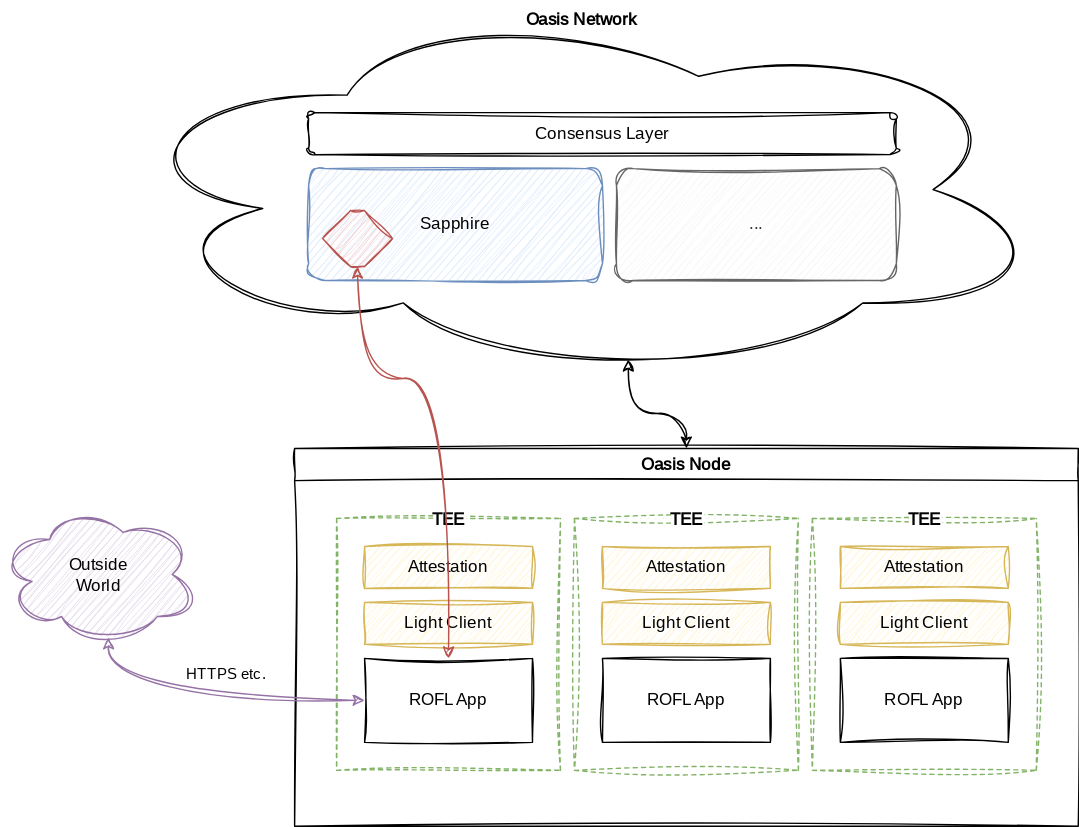
Before: docs/rofl/images/rofl.svg, a diagram exported from draw.io (oasisprotocol/oasis-sdk). Source tidied: cells renumbered, new cells last; positions are measured from the earlier drawing's top-left corner, leaving out a move shared by most shapes.
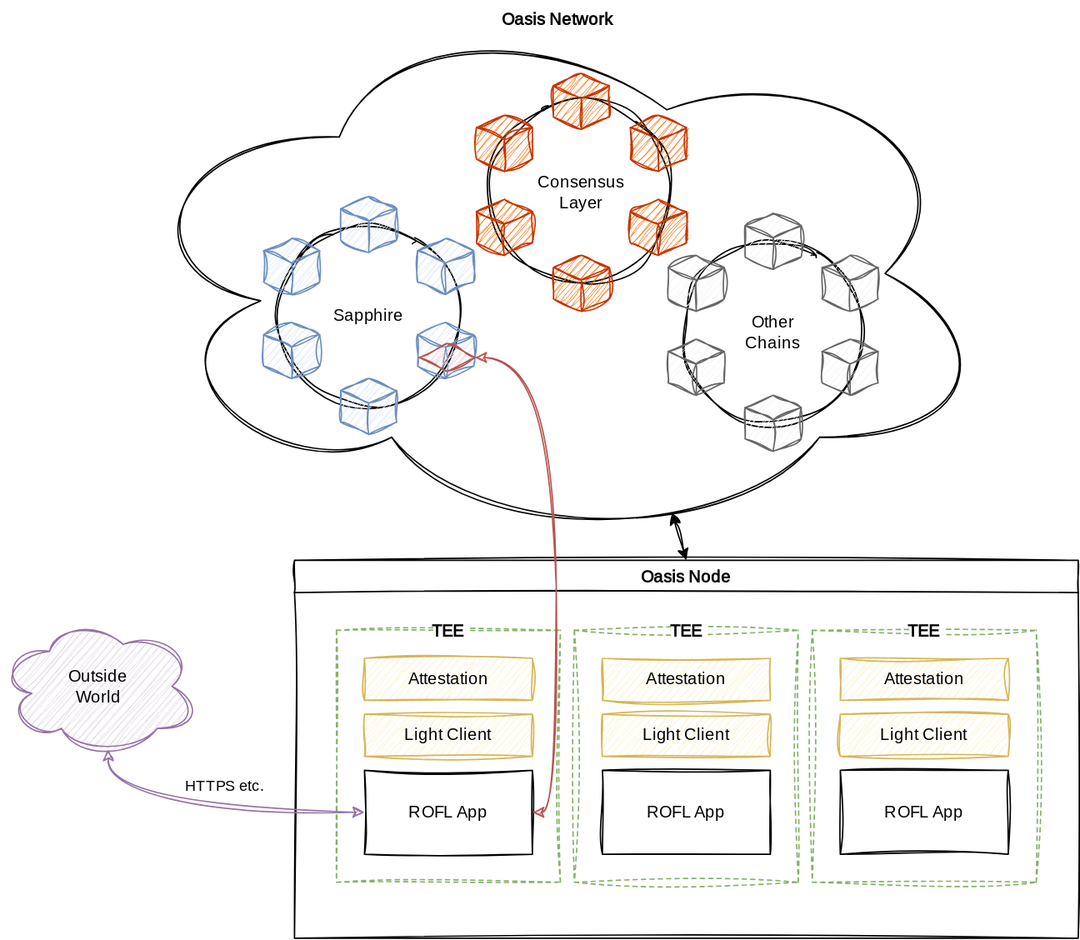
Later version of the same file.

Diff of the diagram source:
```diff
@@ -2,6 +2,51 @@
   <root>
     <mxCell id="0" />
     <mxCell id="1" parent="0" />
+    <mxCell id="15" value="Oasis Network" style="ellipse;shape=cloud;whiteSpace=wrap;html=1;sketch=1;hachureGap=4;jiggle=2;curveFitting=1;fontFamily=Architects Daughter;fontSource=https%3A%2F%2Ffonts.googleapis.com%2Fcss%3Ffamily%3DArchitects%2BDaughter;verticalAlign=top;fontStyle=1;" parent="1" vertex="1">
+      <mxGeometry x="86" y="-80" width="624" height="390" as="geometry" />
+    </mxCell>
+    <mxCell id="17" value="&lt;font face=&quot;Architects Daughter&quot;&gt;Sapphire&lt;/font&gt;" style="ellipse;whiteSpace=wrap;html=1;sketch=1;curveFitting=1;jiggle=2;" parent="1" vertex="1">
+      <mxGeometry x="198" y="80" width="130" height="130" as="geometry" />
+    </mxCell>
+    <mxCell id="25" style="html=1;whiteSpace=wrap;shape=isoCube2;backgroundOutline=1;isoAngle=13.75;fillColor=#dae8fc;strokeColor=#6c8ebf;shadow=0;sketch=1;curveFitting=1;jiggle=2;" parent="1" vertex="1">
+      <mxGeometry x="243" y="60" width="40" height="40" as="geometry" />
+    </mxCell>
+    <mxCell id="26" style="html=1;whiteSpace=wrap;shape=isoCube2;backgroundOutline=1;isoAngle=13.75;fillColor=#dae8fc;strokeColor=#6c8ebf;shadow=0;sketch=1;curveFitting=1;jiggle=2;" parent="1" vertex="1">
+      <mxGeometry x="298" y="90" width="40" height="40" as="geometry" />
+    </mxCell>
+    <mxCell id="27" style="html=1;whiteSpace=wrap;shape=isoCube2;backgroundOutline=1;isoAngle=13.75;fillColor=#dae8fc;strokeColor=#6c8ebf;shadow=0;sketch=1;curveFitting=1;jiggle=2;" parent="1" vertex="1">
+      <mxGeometry x="188" y="90" width="40" height="40" as="geometry" />
+    </mxCell>
+    <mxCell id="28" style="html=1;whiteSpace=wrap;shape=isoCube2;backgroundOutline=1;isoAngle=13.75;fillColor=#dae8fc;strokeColor=#6c8ebf;shadow=0;sketch=1;curveFitting=1;jiggle=2;" parent="1" vertex="1">
+      <mxGeometry x="188" y="150" width="40" height="40" as="geometry" />
+    </mxCell>
+    <mxCell id="29" style="html=1;whiteSpace=wrap;shape=isoCube2;backgroundOutline=1;isoAngle=13.75;fillColor=#dae8fc;strokeColor=#6c8ebf;shadow=0;sketch=1;curveFitting=1;jiggle=2;" parent="1" vertex="1">
+      <mxGeometry x="298" y="150" width="40" height="40" as="geometry" />
+    </mxCell>
+    <mxCell id="30" style="html=1;whiteSpace=wrap;shape=isoCube2;backgroundOutline=1;isoAngle=13.75;fillColor=#dae8fc;strokeColor=#6c8ebf;shadow=0;sketch=1;curveFitting=1;jiggle=2;" parent="1" vertex="1">
+      <mxGeometry x="243" y="190" width="40" height="40" as="geometry" />
+    </mxCell>
+    <mxCell id="16" value="&lt;div&gt;&lt;font face=&quot;Architects Daughter&quot;&gt;Consensus&lt;/font&gt;&lt;/div&gt;&lt;div&gt;&lt;font face=&quot;Architects Daughter&quot;&gt;Layer&lt;/font&gt;&lt;/div&gt;" style="ellipse;whiteSpace=wrap;html=1;sketch=1;curveFitting=1;jiggle=2;" parent="1" vertex="1">
+      <mxGeometry x="350" y="-8" width="130" height="130" as="geometry" />
+    </mxCell>
+    <mxCell id="31" style="html=1;whiteSpace=wrap;shape=isoCube2;backgroundOutline=1;isoAngle=13.75;fillColor=#fa6800;strokeColor=#C73500;shadow=0;sketch=1;curveFitting=1;jiggle=2;fontColor=#000000;" parent="1" vertex="1">
+      <mxGeometry x="395" y="-28" width="40" height="40" as="geometry" />
+    </mxCell>
+    <mxCell id="32" style="html=1;whiteSpace=wrap;shape=isoCube2;backgroundOutline=1;isoAngle=13.75;fillColor=#fa6800;strokeColor=#C73500;shadow=0;sketch=1;curveFitting=1;jiggle=2;fontColor=#000000;" parent="1" vertex="1">
+      <mxGeometry x="450" y="2" width="40" height="40" as="geometry" />
+    </mxCell>
+    <mxCell id="33" style="html=1;whiteSpace=wrap;shape=isoCube2;backgroundOutline=1;isoAngle=13.75;fillColor=#fa6800;strokeColor=#C73500;shadow=0;sketch=1;curveFitting=1;jiggle=2;fontColor=#000000;" parent="1" vertex="1">
+      <mxGeometry x="340" y="2" width="40" height="40" as="geometry" />
+    </mxCell>
+    <mxCell id="34" style="html=1;whiteSpace=wrap;shape=isoCube2;backgroundOutline=1;isoAngle=13.75;fillColor=#fa6800;strokeColor=#C73500;shadow=0;sketch=1;curveFitting=1;jiggle=2;fontColor=#000000;" parent="1" vertex="1">
+      <mxGeometry x="340" y="62" width="40" height="40" as="geometry" />
+    </mxCell>
+    <mxCell id="35" style="html=1;whiteSpace=wrap;shape=isoCube2;backgroundOutline=1;isoAngle=13.75;fillColor=#fa6800;strokeColor=#C73500;shadow=0;sketch=1;curveFitting=1;jiggle=2;fontColor=#000000;" parent="1" vertex="1">
+      <mxGeometry x="450" y="62" width="40" height="40" as="geometry" />
+    </mxCell>
+    <mxCell id="36" style="html=1;whiteSpace=wrap;shape=isoCube2;backgroundOutline=1;isoAngle=13.75;fillColor=#fa6800;strokeColor=#C73500;shadow=0;sketch=1;curveFitting=1;jiggle=2;fontColor=#000000;" parent="1" vertex="1">
+      <mxGeometry x="395" y="102" width="40" height="40" as="geometry" />
+    </mxCell>
     <mxCell id="2" value="Oasis Node" style="swimlane;whiteSpace=wrap;html=1;sketch=1;hachureGap=4;jiggle=2;curveFitting=1;fontFamily=Architects Daughter;fontSource=https%3A%2F%2Ffonts.googleapis.com%2Fcss%3Ffamily%3DArchitects%2BDaughter;" parent="1" vertex="1">
       <mxGeometry x="210" y="320" width="560" height="270" as="geometry" />
     </mxCell>
@@ -41,32 +86,9 @@
     <mxCell id="14" value="Light Client" style="rounded=0;whiteSpace=wrap;html=1;sketch=1;hachureGap=4;jiggle=2;curveFitting=1;fontFamily=Architects Daughter;fontSource=https%3A%2F%2Ffonts.googleapis.com%2Fcss%3Ffamily%3DArchitects%2BDaughter;fillColor=#fff2cc;strokeColor=#d6b656;" parent="11" vertex="1">
       <mxGeometry x="20" y="60" width="120" height="30" as="geometry" />
     </mxCell>
-    <mxCell id="15" value="Oasis Network" style="ellipse;shape=cloud;whiteSpace=wrap;html=1;sketch=1;hachureGap=4;jiggle=2;curveFitting=1;fontFamily=Architects Daughter;fontSource=https%3A%2F%2Ffonts.googleapis.com%2Fcss%3Ffamily%3DArchitects%2BDaughter;verticalAlign=top;fontStyle=1;" parent="1" vertex="1">
-      <mxGeometry x="80" width="670" height="270" as="geometry" />
-    </mxCell>
-    <mxCell id="16" value="Consensus Layer" style="rounded=1;whiteSpace=wrap;html=1;sketch=1;hachureGap=4;jiggle=2;curveFitting=1;fontFamily=Architects Daughter;fontSource=https%3A%2F%2Ffonts.googleapis.com%2Fcss%3Ffamily%3DArchitects%2BDaughter;" parent="1" vertex="1">
-      <mxGeometry x="220" y="80" width="420" height="30" as="geometry" />
-    </mxCell>
-    <mxCell id="17" value="Sapphire" style="rounded=1;whiteSpace=wrap;html=1;sketch=1;hachureGap=4;jiggle=2;curveFitting=1;fontFamily=Architects Daughter;fontSource=https%3A%2F%2Ffonts.googleapis.com%2Fcss%3Ffamily%3DArchitects%2BDaughter;fillColor=#dae8fc;strokeColor=#6c8ebf;" parent="1" vertex="1">
-      <mxGeometry x="220" y="120" width="210" height="80" as="geometry" />
-    </mxCell>
-    <mxCell id="18" value="..." style="rounded=1;whiteSpace=wrap;html=1;sketch=1;hachureGap=4;jiggle=2;curveFitting=1;fontFamily=Architects Daughter;fontSource=https%3A%2F%2Ffonts.googleapis.com%2Fcss%3Ffamily%3DArchitects%2BDaughter;fillColor=#f5f5f5;fontColor=#333333;strokeColor=#666666;" parent="1" vertex="1">
-      <mxGeometry x="440" y="120" width="200" height="80" as="geometry" />
-    </mxCell>
-    <mxCell id="19" style="edgeStyle=orthogonalEdgeStyle;rounded=0;sketch=1;hachureGap=4;jiggle=2;curveFitting=1;jettySize=auto;html=1;exitX=0.5;exitY=0;exitDx=0;exitDy=0;entryX=0.55;entryY=0.95;entryDx=0;entryDy=0;entryPerimeter=0;fontFamily=Architects Daughter;fontSource=https%3A%2F%2Ffonts.googleapis.com%2Fcss%3Ffamily%3DArchitects%2BDaughter;curved=1;startArrow=classic;startFill=1;" parent="1" edge="1" source="2" target="15">
+    <mxCell id="19" style="rounded=0;sketch=1;hachureGap=4;jiggle=2;curveFitting=1;jettySize=auto;html=1;exitX=0.5;exitY=0;exitDx=0;exitDy=0;entryX=0.631;entryY=0.939;entryDx=0;entryDy=0;entryPerimeter=0;fontFamily=Architects Daughter;fontSource=https%3A%2F%2Ffonts.googleapis.com%2Fcss%3Ffamily%3DArchitects%2BDaughter;startArrow=classic;startFill=1;" parent="1" edge="1" source="2" target="15">
       <mxGeometry relative="1" as="geometry" />
     </mxCell>
-    <mxCell id="20" style="shape=hexagon;perimeter=hexagonPerimeter2;whiteSpace=wrap;html=1;fixedSize=1;sketch=1;hachureGap=4;jiggle=2;curveFitting=1;fontFamily=Architects Daughter;fontSource=https%3A%2F%2Ffonts.googleapis.com%2Fcss%3Ffamily%3DArchitects%2BDaughter;fillColor=#f8cecc;strokeColor=#b85450;" parent="1" vertex="1">
-      <mxGeometry x="230" y="150" width="50" height="40" as="geometry" />
-    </mxCell>
-    <mxCell id="21" style="edgeStyle=orthogonalEdgeStyle;rounded=0;sketch=1;hachureGap=4;jiggle=2;curveFitting=1;jettySize=auto;html=1;exitX=0.5;exitY=0;exitDx=0;exitDy=0;fontFamily=Architects Daughter;fontSource=https%3A%2F%2Ffonts.googleapis.com%2Fcss%3Ffamily%3DArchitects%2BDaughter;curved=1;fillColor=#f8cecc;strokeColor=#b85450;startArrow=classic;startFill=1;" parent="1" edge="1" source="4" target="20">
-      <mxGeometry relative="1" as="geometry">
-        <Array as="points">
-          <mxPoint x="320" y="270" />
-          <mxPoint x="255" y="270" />
-        </Array>
-      </mxGeometry>
-    </mxCell>
     <mxCell id="22" value="Outside&lt;div&gt;World&lt;/div&gt;" style="ellipse;shape=cloud;whiteSpace=wrap;html=1;sketch=1;hachureGap=4;jiggle=2;curveFitting=1;fontFamily=Architects Daughter;fontSource=https%3A%2F%2Ffonts.googleapis.com%2Fcss%3Ffamily%3DArchitects%2BDaughter;fillColor=#e1d5e7;strokeColor=#9673a6;" parent="1" vertex="1">
       <mxGeometry y="360" width="140" height="100" as="geometry" />
     </mxCell>
@@ -78,5 +100,37 @@
         <mxPoint x="18" y="-16" as="offset" />
       </mxGeometry>
     </mxCell>
+    <mxCell id="37" style="rhombus;whiteSpace=wrap;html=1;fillColor=#f8cecc;strokeColor=#b85450;sketch=1;curveFitting=1;jiggle=2;" parent="1" vertex="1">
+      <mxGeometry x="299" y="165" width="40" height="20" as="geometry" />
+    </mxCell>
+    <mxCell id="38" value="&lt;div&gt;&lt;font face=&quot;Architects Daughter&quot;&gt;Other&lt;/font&gt;&lt;/div&gt;&lt;div&gt;&lt;font face=&quot;Architects Daughter&quot;&gt;Chains&lt;/font&gt;&lt;/div&gt;" style="ellipse;whiteSpace=wrap;html=1;sketch=1;curveFitting=1;jiggle=2;" parent="1" vertex="1">
+      <mxGeometry x="487" y="92" width="130" height="130" as="geometry" />
+    </mxCell>
+    <mxCell id="39" style="html=1;whiteSpace=wrap;shape=isoCube2;backgroundOutline=1;isoAngle=13.75;fillColor=#f5f5f5;strokeColor=#666666;shadow=0;sketch=1;curveFitting=1;jiggle=2;fontColor=#333333;" parent="1" vertex="1">
+      <mxGeometry x="532" y="72" width="40" height="40" as="geometry" />
+    </mxCell>
+    <mxCell id="40" style="html=1;whiteSpace=wrap;shape=isoCube2;backgroundOutline=1;isoAngle=13.75;fillColor=#f5f5f5;strokeColor=#666666;shadow=0;sketch=1;curveFitting=1;jiggle=2;fontColor=#333333;" parent="1" vertex="1">
+      <mxGeometry x="587" y="102" width="40" height="40" as="geometry" />
+    </mxCell>
+    <mxCell id="41" style="html=1;whiteSpace=wrap;shape=isoCube2;backgroundOutline=1;isoAngle=13.75;fillColor=#f5f5f5;strokeColor=#666666;shadow=0;sketch=1;curveFitting=1;jiggle=2;fontColor=#333333;" parent="1" vertex="1">
+      <mxGeometry x="477" y="102" width="40" height="40" as="geometry" />
+    </mxCell>
+    <mxCell id="42" style="html=1;whiteSpace=wrap;shape=isoCube2;backgroundOutline=1;isoAngle=13.75;fillColor=#f5f5f5;strokeColor=#666666;shadow=0;sketch=1;curveFitting=1;jiggle=2;fontColor=#333333;" parent="1" vertex="1">
+      <mxGeometry x="477" y="162" width="40" height="40" as="geometry" />
+    </mxCell>
+    <mxCell id="43" style="html=1;whiteSpace=wrap;shape=isoCube2;backgroundOutline=1;isoAngle=13.75;fillColor=#f5f5f5;strokeColor=#666666;shadow=0;sketch=1;curveFitting=1;jiggle=2;fontColor=#333333;" parent="1" vertex="1">
+      <mxGeometry x="587" y="162" width="40" height="40" as="geometry" />
+    </mxCell>
+    <mxCell id="44" style="html=1;whiteSpace=wrap;shape=isoCube2;backgroundOutline=1;isoAngle=13.75;fillColor=#f5f5f5;strokeColor=#666666;shadow=0;sketch=1;curveFitting=1;jiggle=2;fontColor=#333333;" parent="1" vertex="1">
+      <mxGeometry x="532" y="202" width="40" height="40" as="geometry" />
+    </mxCell>
+    <mxCell id="21" style="rounded=0;sketch=1;hachureGap=4;jiggle=2;curveFitting=1;jettySize=auto;html=1;exitX=1;exitY=0.5;exitDx=0;exitDy=0;fontFamily=Architects Daughter;fontSource=https%3A%2F%2Ffonts.googleapis.com%2Fcss%3Ffamily%3DArchitects%2BDaughter;fillColor=#f8cecc;strokeColor=#b85450;startArrow=classic;startFill=1;entryX=1;entryY=0.5;entryDx=0;entryDy=0;edgeStyle=orthogonalEdgeStyle;curved=1;" parent="1" edge="1" source="4" target="37">
+      <mxGeometry relative="1" as="geometry">
+        <Array as="points">
+          <mxPoint x="397" y="500" />
+          <mxPoint x="397" y="175" />
+        </Array>
+      </mxGeometry>
+    </mxCell>
   </root>
 </mxGraphModel>
```
